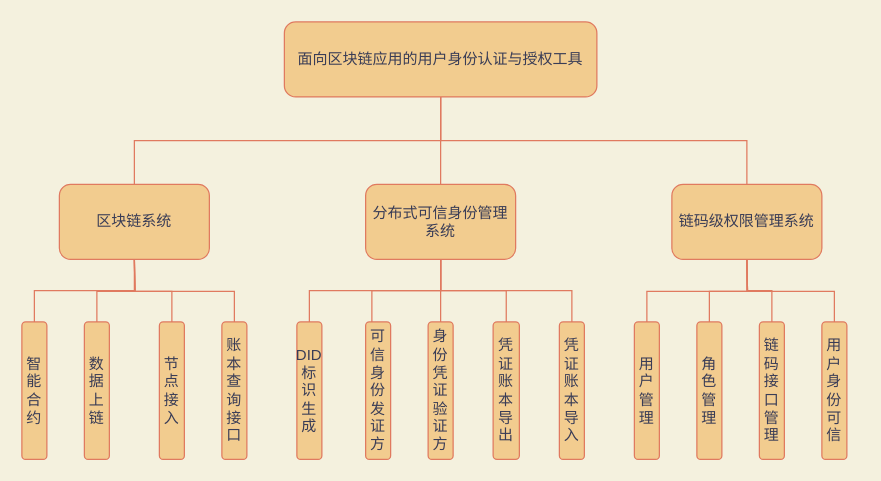
This is 系统模块图.drawio from doubleBeans/doubleBeans, a draw.io file, before an edit. Source tidied: cells renumbered, new cells numbered last; positions are measured from the earlier drawing's top-left corner, leaving out a move shared by most shapes. Both pictures are drawn from the tidied source at 125%, with x=0, y=0 at pixel (21, 21).
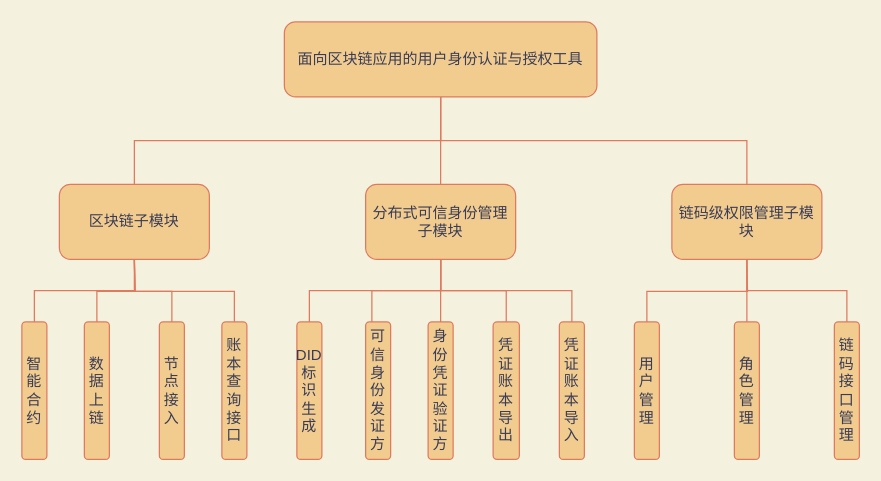
The same diagram, later.

Commit message:
Update 系统模块图.drawio

Diff of the diagram source:
```diff
@@
-    <mxCell id="5" value="区块链系统" style="rounded=1;whiteSpace=wrap;html=1;fillColor=#F2CC8F;strokeColor=#E07A5F;fontColor=#393C56;" parent="1" vertex="1">
+    <mxCell id="5" value="区块链子模块" style="rounded=1;whiteSpace=wrap;html=1;fillColor=#F2CC8F;strokeColor=#E07A5F;fontColor=#393C56;" parent="1" vertex="1">
       <mxGeometry x="30" y="130" width="120" height="60" as="geometry" />
     </mxCell>
-    <mxCell id="6" value="分布式可信身份管理系统" style="rounded=1;whiteSpace=wrap;html=1;fillColor=#F2CC8F;strokeColor=#E07A5F;fontColor=#393C56;" parent="1" vertex="1">
+    <mxCell id="6" value="分布式可信身份管理子模块" style="rounded=1;whiteSpace=wrap;html=1;fillColor=#F2CC8F;strokeColor=#E07A5F;fontColor=#393C56;" parent="1" vertex="1">
       <mxGeometry x="275" y="130" width="120" height="60" as="geometry" />
     </mxCell>
@@
-    <mxCell id="8" value="链码级权限管理系统" style="rounded=1;whiteSpace=wrap;html=1;fillColor=#F2CC8F;strokeColor=#E07A5F;fontColor=#393C56;" parent="1" vertex="1">
+    <mxCell id="8" value="链码级权限管理子模块" style="rounded=1;whiteSpace=wrap;html=1;fillColor=#F2CC8F;strokeColor=#E07A5F;fontColor=#393C56;" parent="1" vertex="1">
       <mxGeometry x="520" y="130" width="120" height="60" as="geometry" />
     </mxCell>
@@
     <mxCell id="28" value="角色管理" style="rounded=1;whiteSpace=wrap;html=1;fontFamily=Helvetica;imageWidth=24;imageHeight=24;fillColor=#F2CC8F;strokeColor=#E07A5F;fontColor=#393C56;" parent="1" vertex="1">
-      <mxGeometry x="540" y="240" width="20" height="110" as="geometry" />
+      <mxGeometry x="570" y="240" width="20" height="110" as="geometry" />
     </mxCell>
@@
     <mxCell id="30" value="链码接口管理" style="rounded=1;whiteSpace=wrap;html=1;fontFamily=Helvetica;imageWidth=24;imageHeight=24;fillColor=#F2CC8F;strokeColor=#E07A5F;fontColor=#393C56;" parent="1" vertex="1">
-      <mxGeometry x="590" y="240" width="20" height="110" as="geometry" />
+      <mxGeometry x="650" y="240" width="20" height="110" as="geometry" />
     </mxCell>
-    <mxCell id="31" style="edgeStyle=orthogonalEdgeStyle;rounded=0;jettySize=auto;html=1;exitX=0.5;exitY=0;exitDx=0;exitDy=0;fontFamily=Helvetica;endArrow=none;endFill=0;labelBackgroundColor=#F4F1DE;strokeColor=#E07A5F;fontColor=#393C56;" parent="1" edge="1" source="32">
-      <mxGeometry relative="1" as="geometry">
-        <mxPoint x="580" y="190" as="targetPoint" />
-      </mxGeometry>
-    </mxCell>
-    <mxCell id="32" value="用户身份可信" style="rounded=1;whiteSpace=wrap;html=1;fontFamily=Helvetica;imageWidth=24;imageHeight=24;fillColor=#F2CC8F;strokeColor=#E07A5F;fontColor=#393C56;" parent="1" vertex="1">
-      <mxGeometry x="640" y="240" width="20" height="110" as="geometry" />
-    </mxCell>
```
